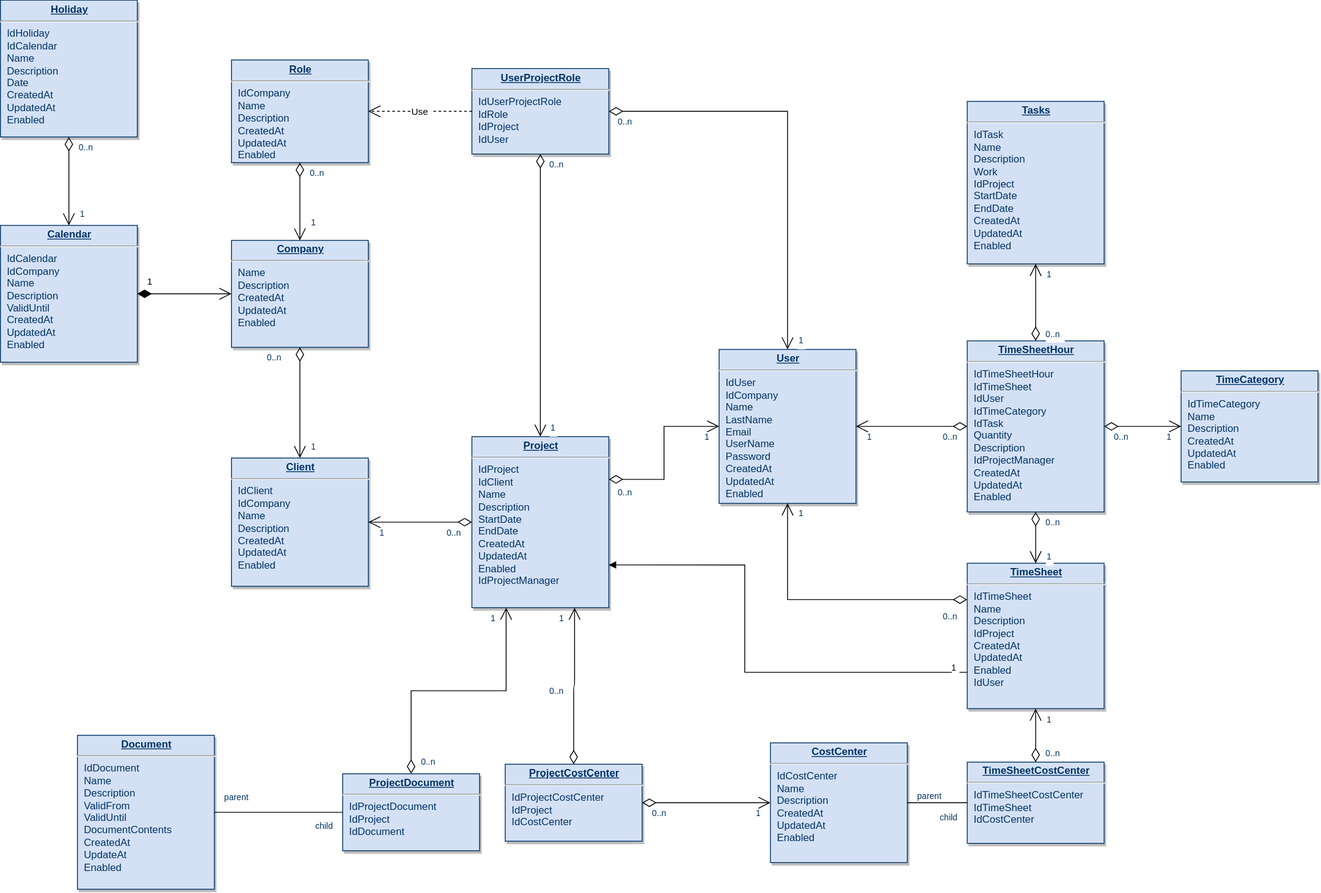
Above: ER图.svg in yeszao/draw (draw.io), before the change. Source tidied: cells renumbered, new cells last; positions are measured from the earlier drawing's top-left corner, leaving out a move shared by most shapes.
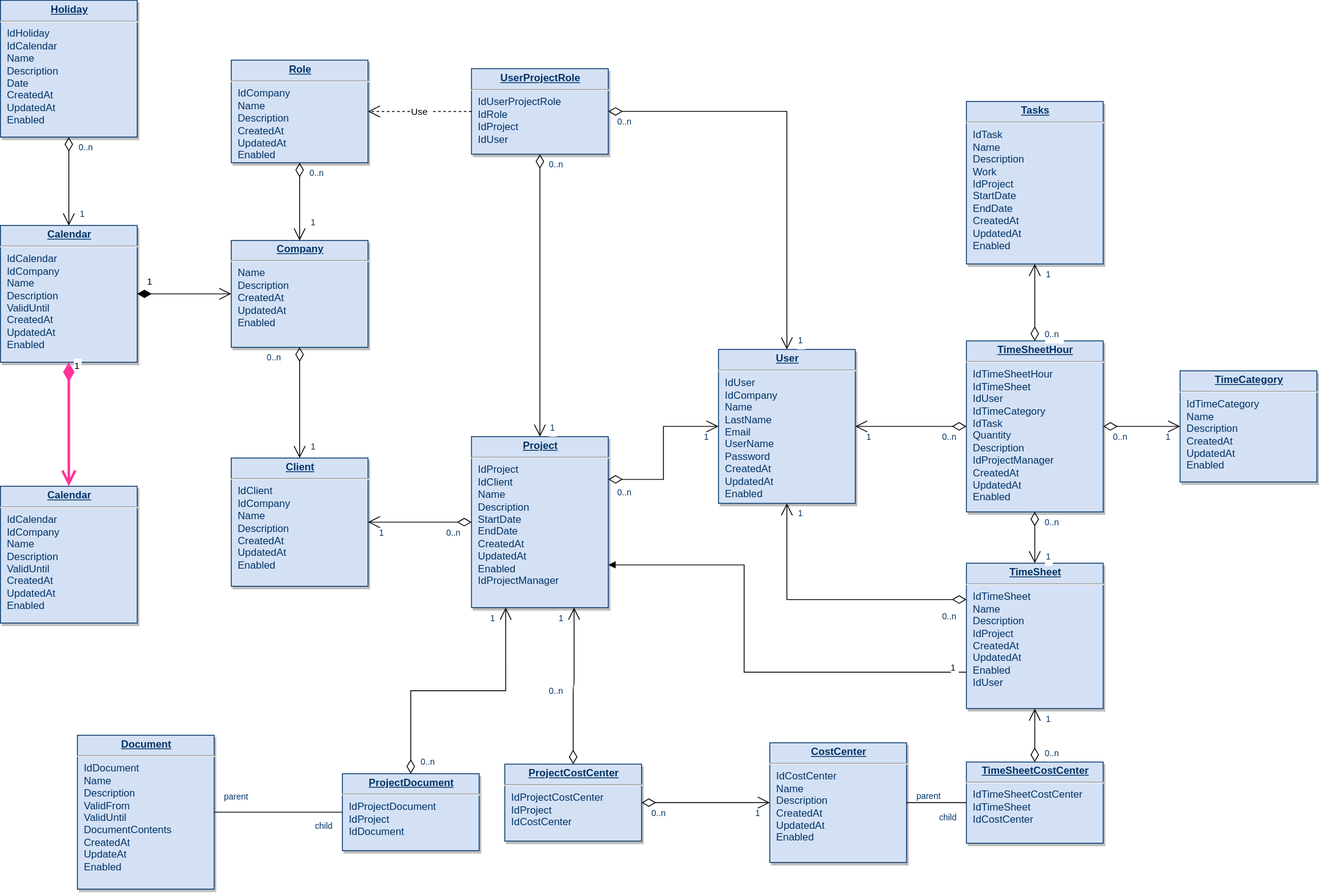
Later version of the same file.

Diff of the diagram source:
```diff
@@ -306,5 +306,11 @@
         <mxPoint x="-20" y="2.5" as="offset" />
       </mxGeometry>
     </mxCell>
+    <mxCell id="77" value="&lt;p style=&quot;margin: 0px; margin-top: 4px; text-align: center; text-decoration: underline;&quot;&gt;&lt;strong&gt;Calendar&lt;/strong&gt;&lt;/p&gt;&lt;hr /&gt;&lt;p style=&quot;margin: 0px; margin-left: 8px;&quot;&gt;IdCalendar&lt;/p&gt;&lt;p style=&quot;margin: 0px; margin-left: 8px;&quot;&gt;IdCompany&lt;/p&gt;&lt;p style=&quot;margin: 0px; margin-left: 8px;&quot;&gt;Name&lt;/p&gt;&lt;p style=&quot;margin: 0px; margin-left: 8px;&quot;&gt;Description&lt;/p&gt;&lt;p style=&quot;margin: 0px; margin-left: 8px;&quot;&gt;ValidUntil&lt;/p&gt;&lt;p style=&quot;margin: 0px; margin-left: 8px;&quot;&gt;CreatedAt&lt;/p&gt;&lt;p style=&quot;margin: 0px; margin-left: 8px;&quot;&gt;UpdatedAt&lt;/p&gt;&lt;p style=&quot;margin: 0px; margin-left: 8px;&quot;&gt;Enabled&lt;/p&gt;" style="verticalAlign=top;align=left;overflow=fill;fontSize=12;fontFamily=Helvetica;html=1;strokeColor=#003366;shadow=1;fillColor=#D4E1F5;fontColor=#003366;" parent="1" vertex="1">
+      <mxGeometry y="568" width="160" height="160" as="geometry" />
+    </mxCell>
+    <mxCell id="78" value="1" style="endArrow=open;endSize=12;startArrow=diamondThin;startSize=14;startFill=1;edgeStyle=orthogonalEdgeStyle;align=left;verticalAlign=bottom;exitX=0.5;exitY=1;exitDx=0;exitDy=0;strokeColor=#FF3399;strokeWidth=3;" parent="1" edge="1" source="4" target="77">
+      <mxGeometry x="-0.82" y="5" relative="1" as="geometry" />
+    </mxCell>
   </root>
 </mxGraphModel>
```
